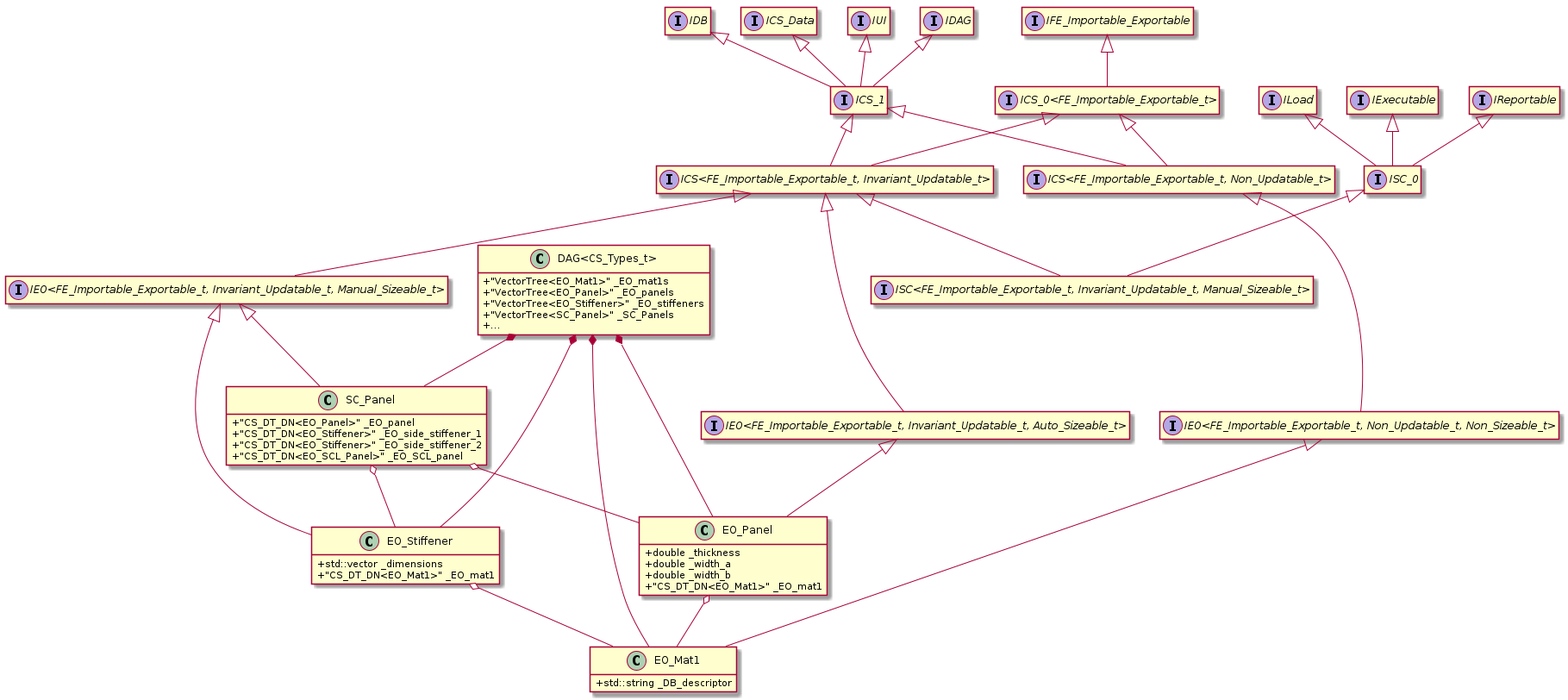
BarisAlbayrakIEEE/StructuralAnalysis keeps this PlantUML diagram as uml/DAG.png. Above is the earlier version. Its source is kept beside it as uml/DAG.puml.
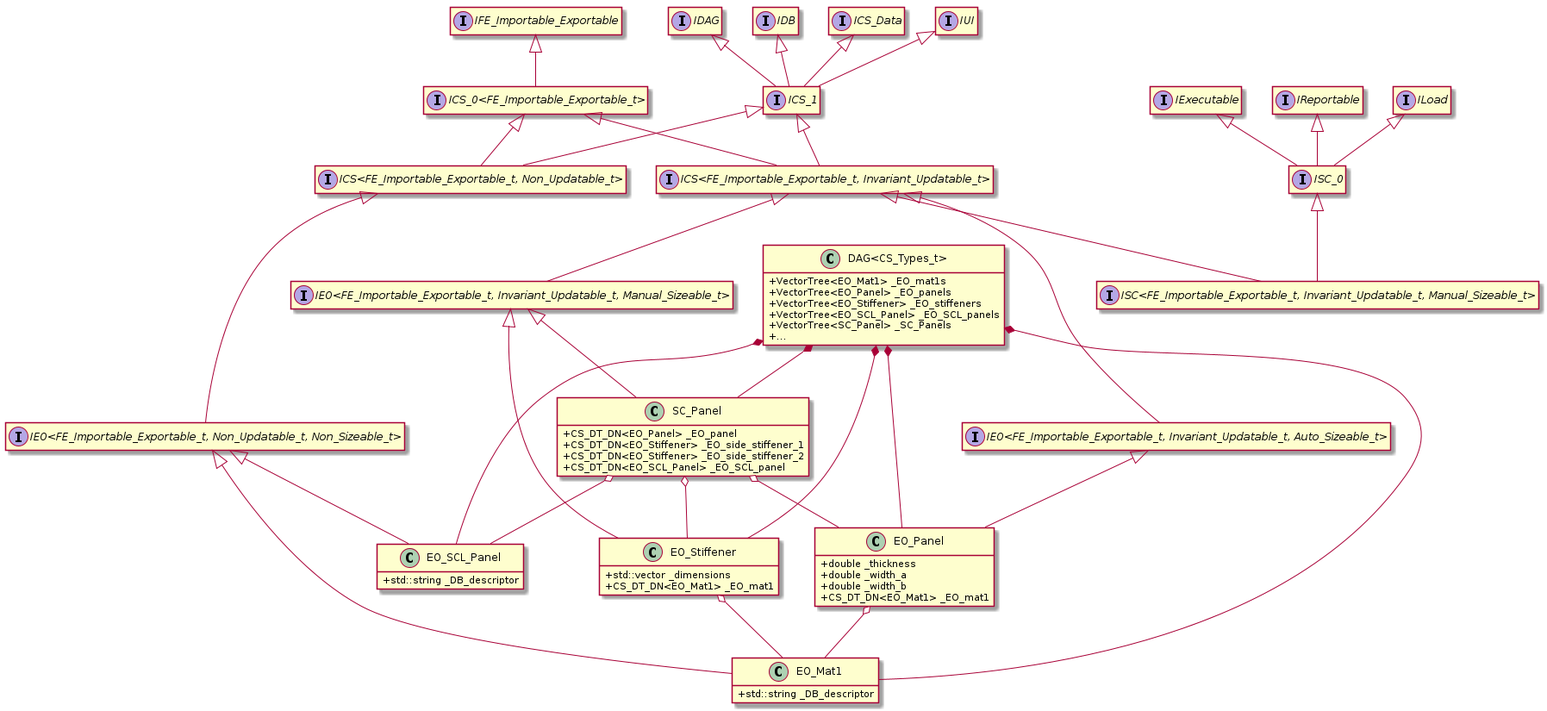
Later version of the same file.

The edit, as a diff of the source:
```diff
@@ -52,42 +52,50 @@
     +double _thickness
     +double _width_a
     +double _width_b
-    +"CS_DT_DN<EO_Mat1>" _EO_mat1
+    +CS_DT_DN<EO_Mat1> _EO_mat1
 }
 
 class EO_Stiffener {
     +std::vector _dimensions
-    +"CS_DT_DN<EO_Mat1>" _EO_mat1
+    +CS_DT_DN<EO_Mat1> _EO_mat1
+}
+
+class EO_SCL_Panel {
+    +std::string _DB_descriptor
 }
 
 class SC_Panel {
-    +"CS_DT_DN<EO_Panel>" _EO_panel
-    +"CS_DT_DN<EO_Stiffener>" _EO_side_stiffener_1
-    +"CS_DT_DN<EO_Stiffener>" _EO_side_stiffener_2
-    +"CS_DT_DN<EO_SCL_Panel>" _EO_SCL_panel
+    +CS_DT_DN<EO_Panel> _EO_panel
+    +CS_DT_DN<EO_Stiffener> _EO_side_stiffener_1
+    +CS_DT_DN<EO_Stiffener> _EO_side_stiffener_2
+    +CS_DT_DN<EO_SCL_Panel> _EO_SCL_panel
 }
 
 class "DAG<CS_Types_t>" {
-    +"VectorTree<EO_Mat1>" _EO_mat1s
-    +"VectorTree<EO_Panel>" _EO_panels
-    +"VectorTree<EO_Stiffener>" _EO_stiffeners
-    +"VectorTree<SC_Panel>" _SC_Panels
+    +VectorTree<EO_Mat1> _EO_mat1s
+    +VectorTree<EO_Panel> _EO_panels
+    +VectorTree<EO_Stiffener> _EO_stiffeners
+    +VectorTree<EO_SCL_Panel> _EO_SCL_panels
+    +VectorTree<SC_Panel> _SC_Panels
     +...
 }
 
 "IEO<FE_Importable_Exportable_t, Non_Updatable_t, Non_Sizeable_t>" <|-- EO_Mat1
 "IEO<FE_Importable_Exportable_t, Invariant_Updatable_t, Auto_Sizeable_t>" <|-- EO_Panel
 "IEO<FE_Importable_Exportable_t, Invariant_Updatable_t, Manual_Sizeable_t>" <|-- EO_Stiffener
+"IEO<FE_Importable_Exportable_t, Non_Updatable_t, Non_Sizeable_t>" <|-- EO_SCL_Panel
 "IEO<FE_Importable_Exportable_t, Invariant_Updatable_t, Manual_Sizeable_t>" <|-- SC_Panel
 
 EO_Panel o-- EO_Mat1
 EO_Stiffener o-- EO_Mat1
 SC_Panel o-- EO_Panel
 SC_Panel o-- EO_Stiffener
+SC_Panel o-- EO_SCL_Panel
 
 "DAG<CS_Types_t>" *-- EO_Mat1
 "DAG<CS_Types_t>" *-- EO_Panel
 "DAG<CS_Types_t>" *-- EO_Stiffener
+"DAG<CS_Types_t>" *-- EO_SCL_Panel
 "DAG<CS_Types_t>" *-- SC_Panel
 
 @enduml
```
